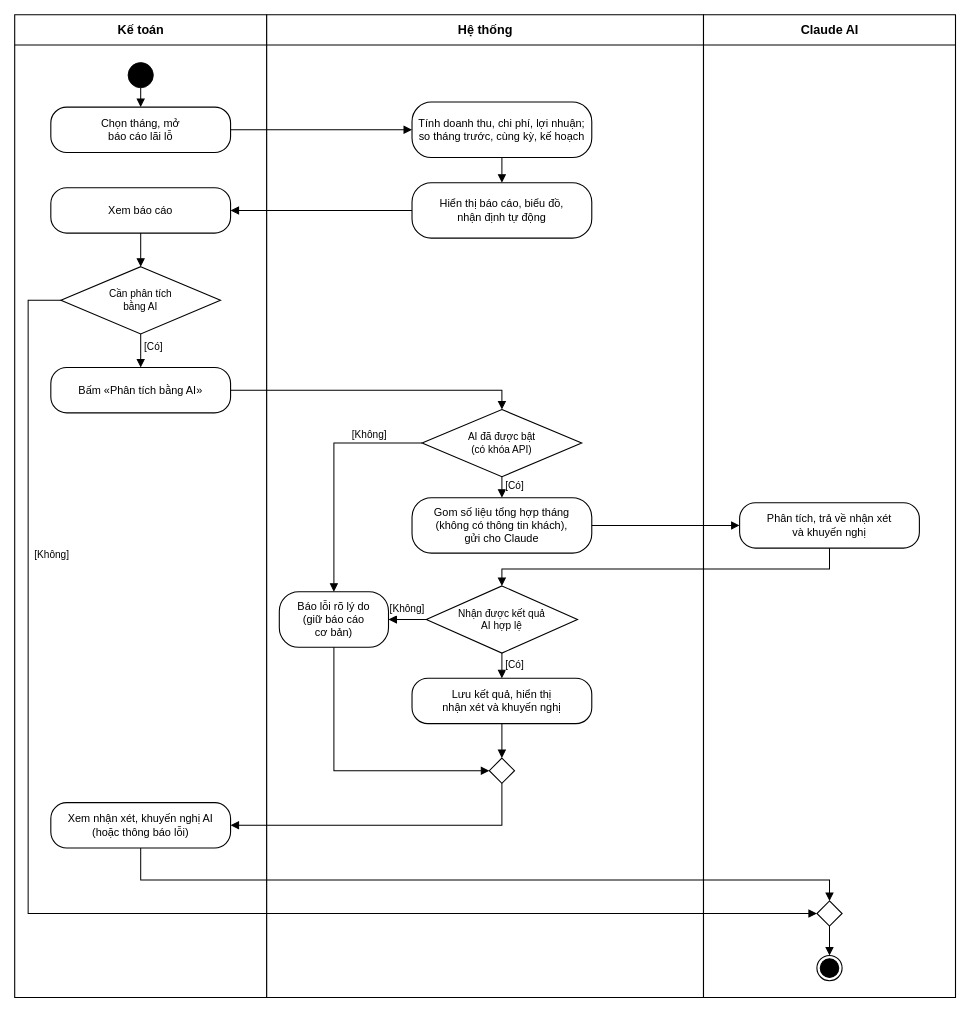
ngynquchn2511/beach-hotel keeps this draw.io diagram as docs/thiet-ke/hd-lai-lo-ai.drawio. Above is the earlier version. Source tidied: cells renumbered, new cells numbered last; positions are measured from the earlier drawing's top-left corner, leaving out a move shared by most shapes. Both pictures are drawn from the tidied source at 84%, with x=0, y=0 at pixel (14, 14).
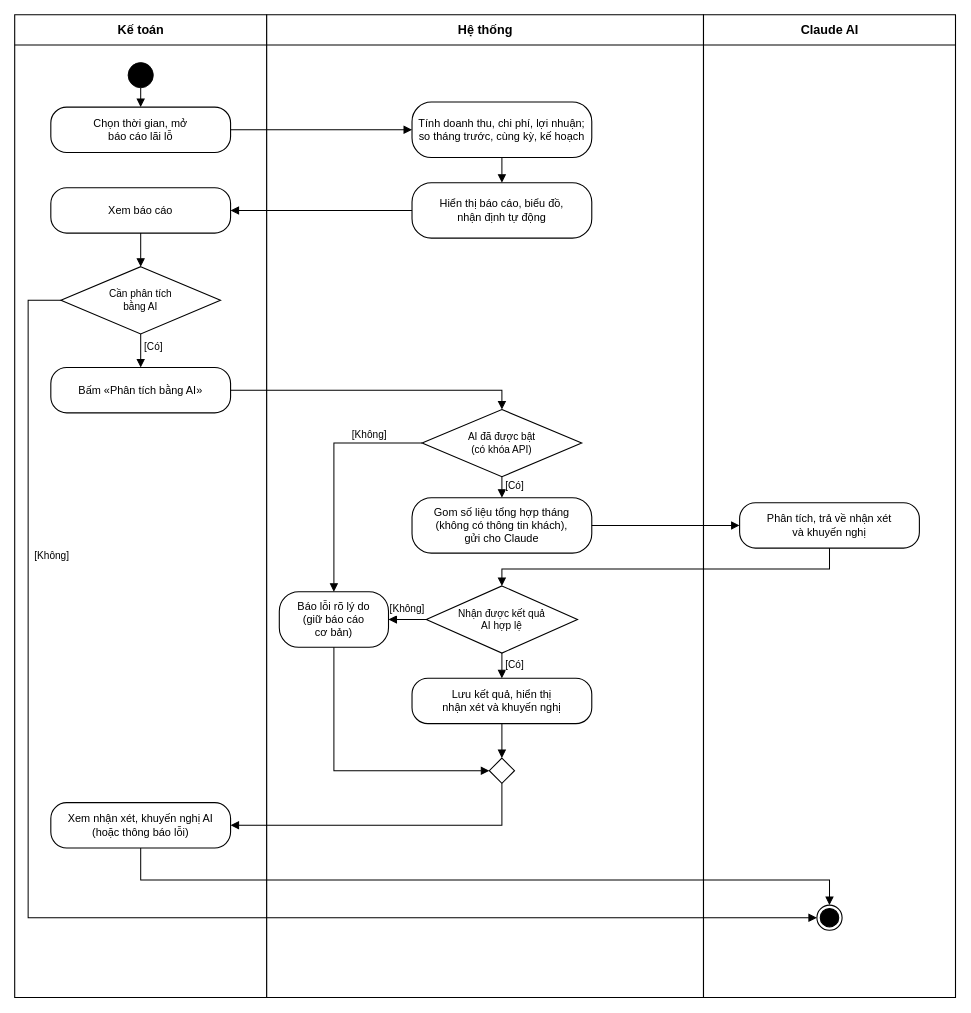
After the change.

The change refers to these unchanged cells:
```xml
<mxCell id="4" value="Claude AI" style="fontFamily=Arial;fontColor=#000000;swimlane;horizontal=1;startSize=36;html=1;fillColor=#FFFFFF;strokeColor=#000000;strokeWidth=1.3;fontSize=15;fontStyle=1;swimlaneFillColor=#FFFFFF;" parent="1" vertex="1">
  <mxGeometry x="820" width="300" height="1170" as="geometry" />
</mxCell>
<mxCell id="10" value="Cần phân tích&lt;br&gt;bằng AI" style="fontFamily=Arial;fontColor=#000000;rhombus;whiteSpace=wrap;html=1;fillColor=#FFFFFF;strokeColor=#000000;strokeWidth=1.3;fontSize=12;" parent="1" vertex="1">
  <mxGeometry x="55" y="300" width="190" height="80" as="geometry" />
</mxCell>
<mxCell id="19" value="Xem nhận xét, khuyến nghị AI&lt;br&gt;(hoặc thông báo lỗi)" style="fontFamily=Arial;fontColor=#000000;rounded=1;whiteSpace=wrap;html=1;arcSize=35;fillColor=#FFFFFF;strokeColor=#000000;strokeWidth=1.3;fontSize=13;spacing=6;" parent="1" vertex="1">
  <mxGeometry x="43" y="938" width="214" height="54" as="geometry" />
</mxCell>
```

Diff of the diagram source:
```diff
@@
+    <mxCell id="21" style="ellipse;html=1;shape=endState;fillColor=#000000;strokeColor=#000000;strokeWidth=1.3;" parent="4" vertex="1">
+      <mxGeometry x="135" y="1060" width="30" height="30" as="geometry" />
+    </mxCell>
@@
-    <mxCell id="6" value="Chọn tháng, mở&lt;br&gt;báo cáo lãi lỗ" style="fontFamily=Arial;fontColor=#000000;rounded=1;whiteSpace=wrap;html=1;arcSize=35;fillColor=#FFFFFF;strokeColor=#000000;strokeWidth=1.3;fontSize=13;spacing=6;" parent="1" vertex="1">
+    <mxCell id="6" value="Chọn thời gian, mở&lt;br&gt;báo cáo lãi lỗ" style="fontFamily=Arial;fontColor=#000000;rounded=1;whiteSpace=wrap;html=1;arcSize=35;fillColor=#FFFFFF;strokeColor=#000000;strokeWidth=1.3;fontSize=13;spacing=6;" parent="1" vertex="1">
       <mxGeometry x="43" y="110" width="214" height="54" as="geometry" />
     </mxCell>
@@
-    <mxCell id="20" style="fontFamily=Arial;fontColor=#000000;rhombus;whiteSpace=wrap;html=1;fillColor=#FFFFFF;strokeColor=#000000;strokeWidth=1.3;fontSize=12;" parent="1" vertex="1">
-      <mxGeometry x="955" y="1055" width="30" height="30" as="geometry" />
-    </mxCell>
-    <mxCell id="21" style="ellipse;html=1;shape=endState;fillColor=#000000;strokeColor=#000000;strokeWidth=1.3;" parent="1" vertex="1">
-      <mxGeometry x="955" y="1120" width="30" height="30" as="geometry" />
-    </mxCell>
@@
-    <mxCell id="28" value="[Không]" style="fontFamily=Arial;fontColor=#000000;edgeStyle=orthogonalEdgeStyle;rounded=0;html=1;endArrow=block;endFill=1;endSize=7;strokeColor=#000000;strokeWidth=1.2;fontSize=12;labelBackgroundColor=#FFFFFF;exitX=0;exitY=0.5;exitDx=0;exitDy=0;entryX=0;entryY=0.5;entryDx=0;entryDy=0;" parent="1" edge="1" source="10" target="20">
+    <mxCell id="28" value="[Không]" style="fontFamily=Arial;fontColor=#000000;edgeStyle=orthogonalEdgeStyle;rounded=0;html=1;endArrow=block;endFill=1;endSize=7;strokeColor=#000000;strokeWidth=1.2;fontSize=12;labelBackgroundColor=#FFFFFF;exitX=0;exitY=0.5;exitDx=0;exitDy=0;entryX=0;entryY=0.5;entryDx=0;entryDy=0;" parent="1" edge="1" source="10" target="21">
       <mxGeometry x="-0.6" y="28" relative="1" as="geometry">
         <Array as="points">
           <mxPoint x="16" y="340" />
-          <mxPoint x="16" y="1070" />
+          <mxPoint x="16" y="1075" />
         </Array>
       </mxGeometry>
     </mxCell>
@@
-    <mxCell id="39" style="fontFamily=Arial;fontColor=#000000;edgeStyle=orthogonalEdgeStyle;rounded=0;html=1;endArrow=block;endFill=1;endSize=7;strokeColor=#000000;strokeWidth=1.2;fontSize=12;labelBackgroundColor=#FFFFFF;exitX=0.5;exitY=1;exitDx=0;exitDy=0;entryX=0.5;entryY=0;entryDx=0;entryDy=0;" parent="1" edge="1" source="19" target="20">
+    <mxCell id="39" style="fontFamily=Arial;fontColor=#000000;edgeStyle=orthogonalEdgeStyle;rounded=0;html=1;endArrow=block;endFill=1;endSize=7;strokeColor=#000000;strokeWidth=1.2;fontSize=12;labelBackgroundColor=#FFFFFF;exitX=0.5;exitY=1;exitDx=0;exitDy=0;" parent="1" edge="1" source="19">
       <mxGeometry relative="1" as="geometry">
+        <mxPoint x="970" y="1060" as="targetPoint" />
         <Array as="points">
           <mxPoint x="150" y="1030" />
           <mxPoint x="970" y="1030" />
         </Array>
       </mxGeometry>
     </mxCell>
-    <mxCell id="40" style="fontFamily=Arial;fontColor=#000000;edgeStyle=orthogonalEdgeStyle;rounded=0;html=1;endArrow=block;endFill=1;endSize=7;strokeColor=#000000;strokeWidth=1.2;fontSize=12;labelBackgroundColor=#FFFFFF;exitX=0.5;exitY=1;exitDx=0;exitDy=0;entryX=0.5;entryY=0;entryDx=0;entryDy=0;" parent="1" edge="1" source="20" target="21">
-      <mxGeometry relative="1" as="geometry" />
-    </mxCell>
```
